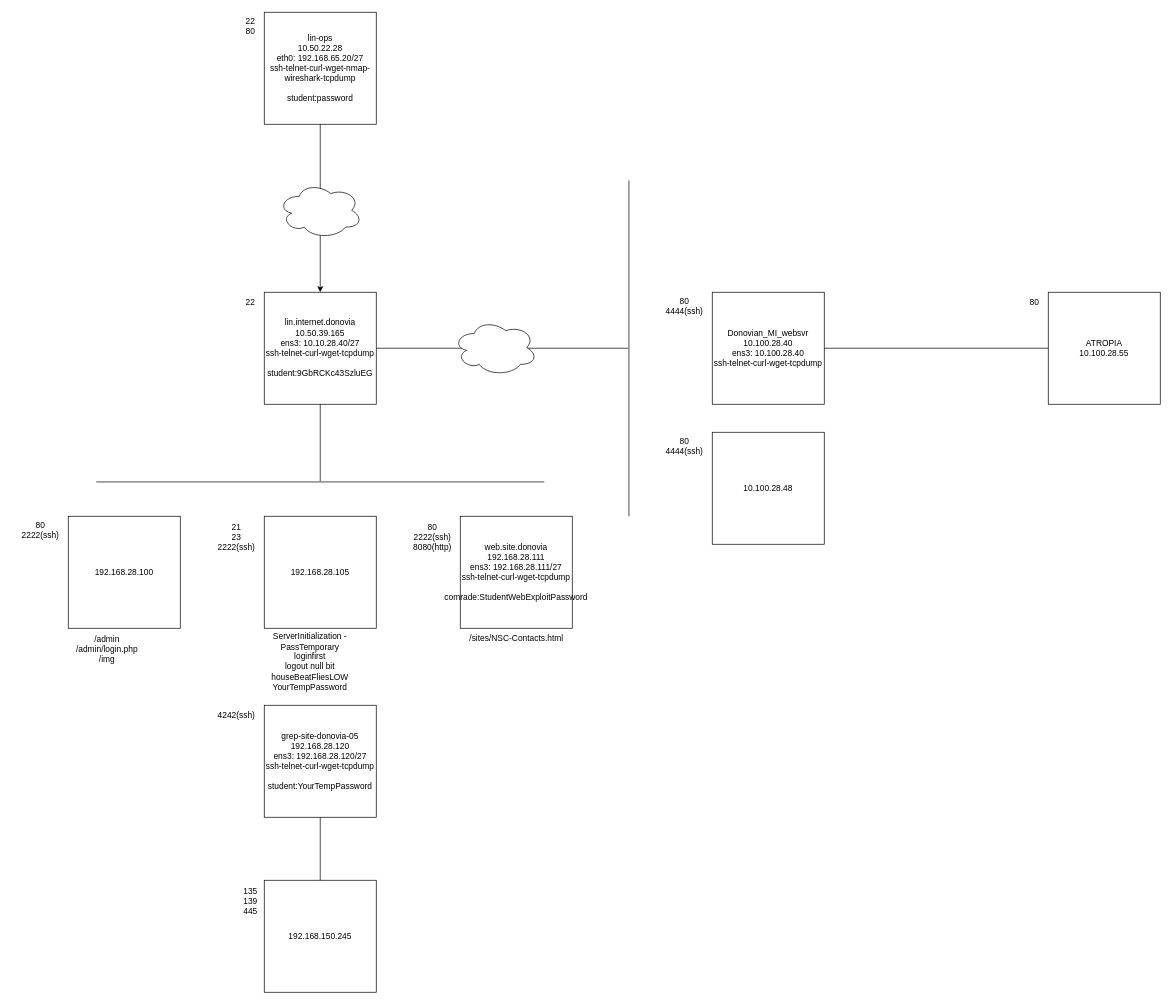
Earlier version of the draw.io diagram Security/Greenberg/Untitled Diagram.drawio (TheWaltuh/COSC-Notes). Source tidied: cells renumbered, new cells numbered last; positions are measured from the earlier drawing's top-left corner, leaving out a move shared by most shapes. Both pictures are drawn from the tidied source at 70%, with x=0, y=0 at pixel (12, 12).
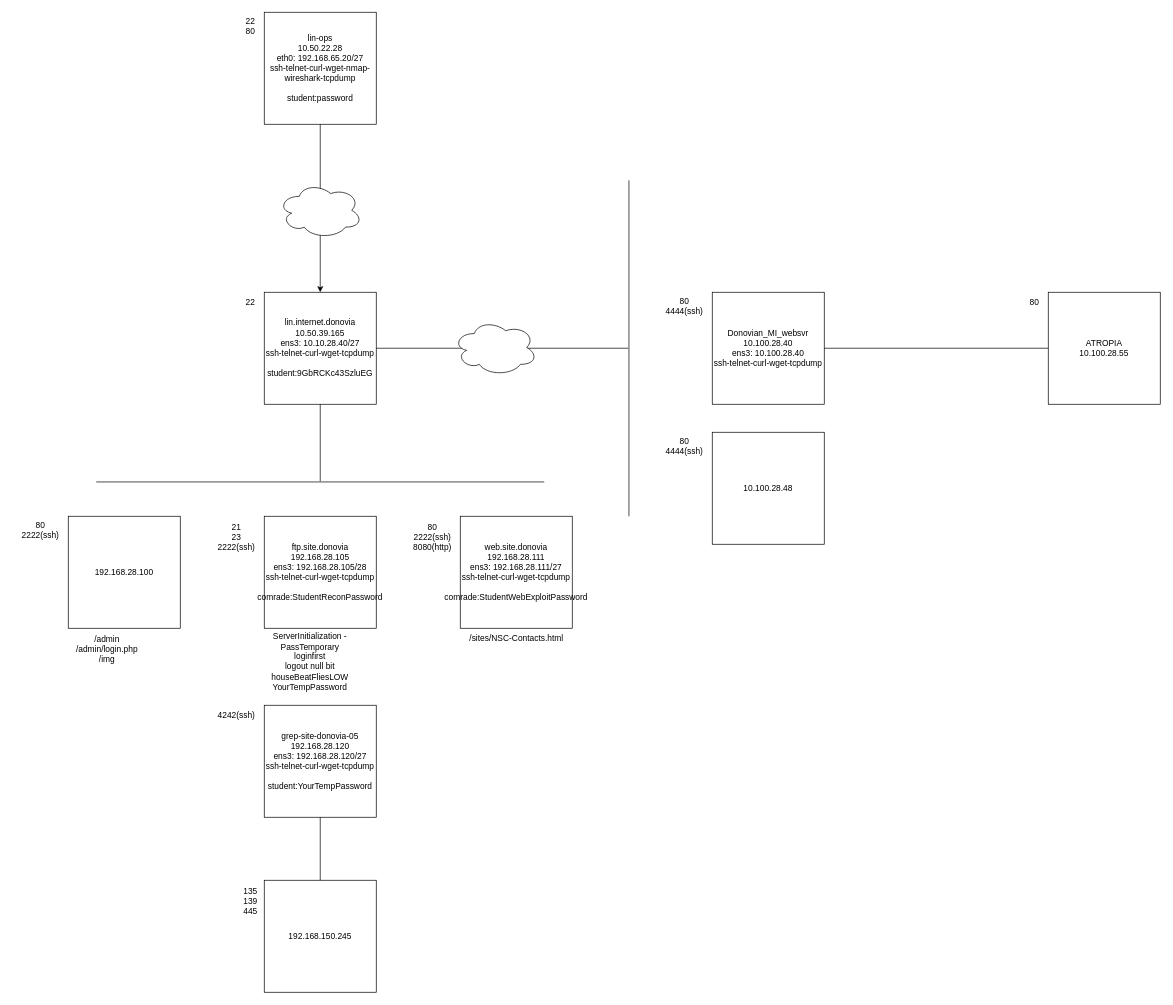
After the change.

What changed in the source:
```diff
@@
-    <mxCell id="10" value="192.168.28.105" style="whiteSpace=wrap;html=1;" parent="1" vertex="1">
+    <mxCell id="10" value="&lt;div&gt;ftp.site.donovia&lt;br&gt;&lt;/div&gt;&lt;div&gt;192.168.28.105&lt;/div&gt;&lt;div&gt;ens3: 192.168.28.105/28&lt;br&gt;&lt;/div&gt;&lt;div&gt;ssh-telnet-curl-wget-tcpdump&lt;/div&gt;&lt;div&gt;&lt;br&gt;&lt;/div&gt;&lt;div&gt;comrade:StudentReconPassword&lt;/div&gt;" style="whiteSpace=wrap;html=1;" parent="1" vertex="1">
       <mxGeometry x="360" y="720" width="160" height="160" as="geometry" />
     </mxCell>
```
